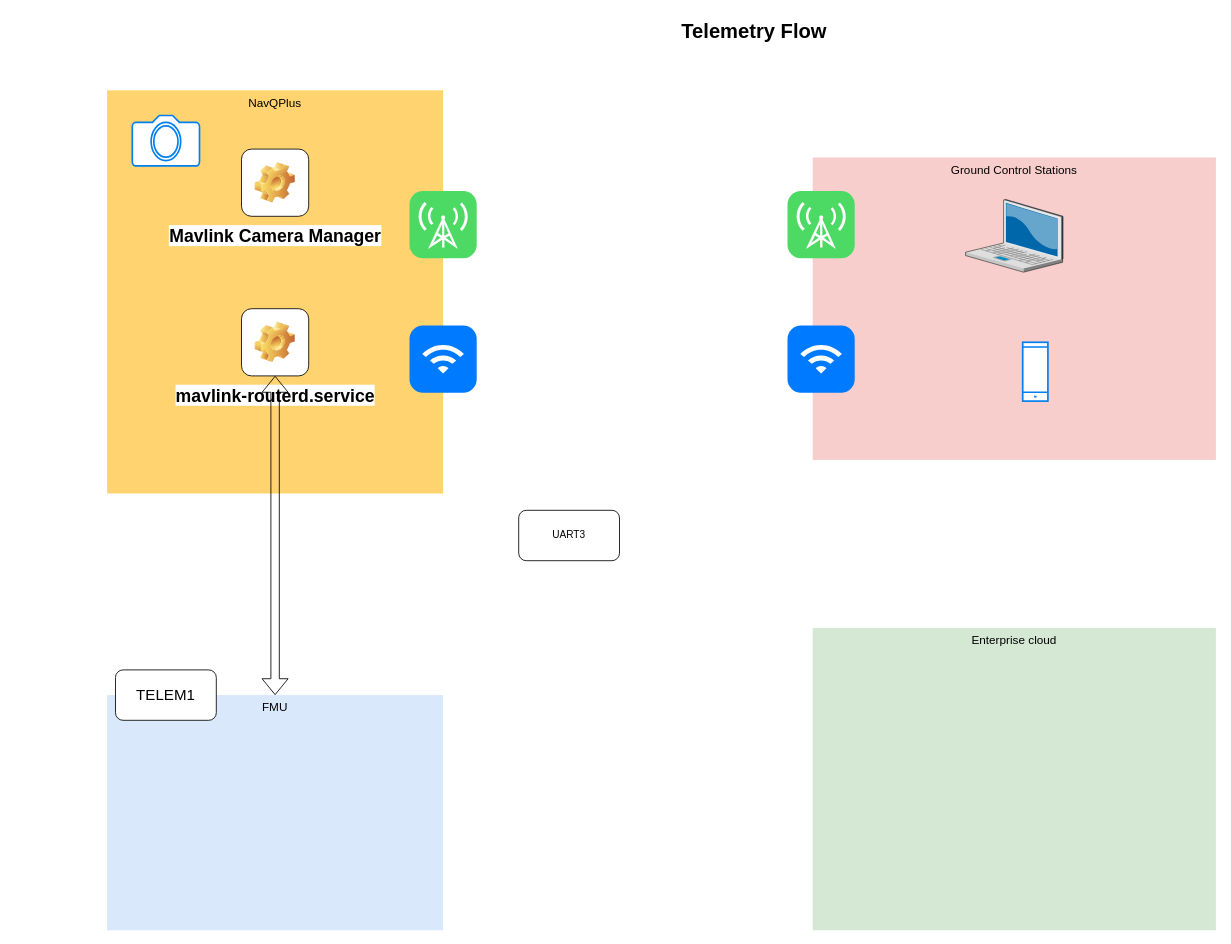
This is Untitled Diagram.drawio from McFly-Labs/R.A.D., a draw.io file, before an edit. Source tidied: cells renumbered, new cells numbered last; positions are measured from the earlier drawing's top-left corner, leaving out a move shared by most shapes. Both pictures are drawn from the tidied source at 84%, with x=0, y=0 at pixel (107, 14).
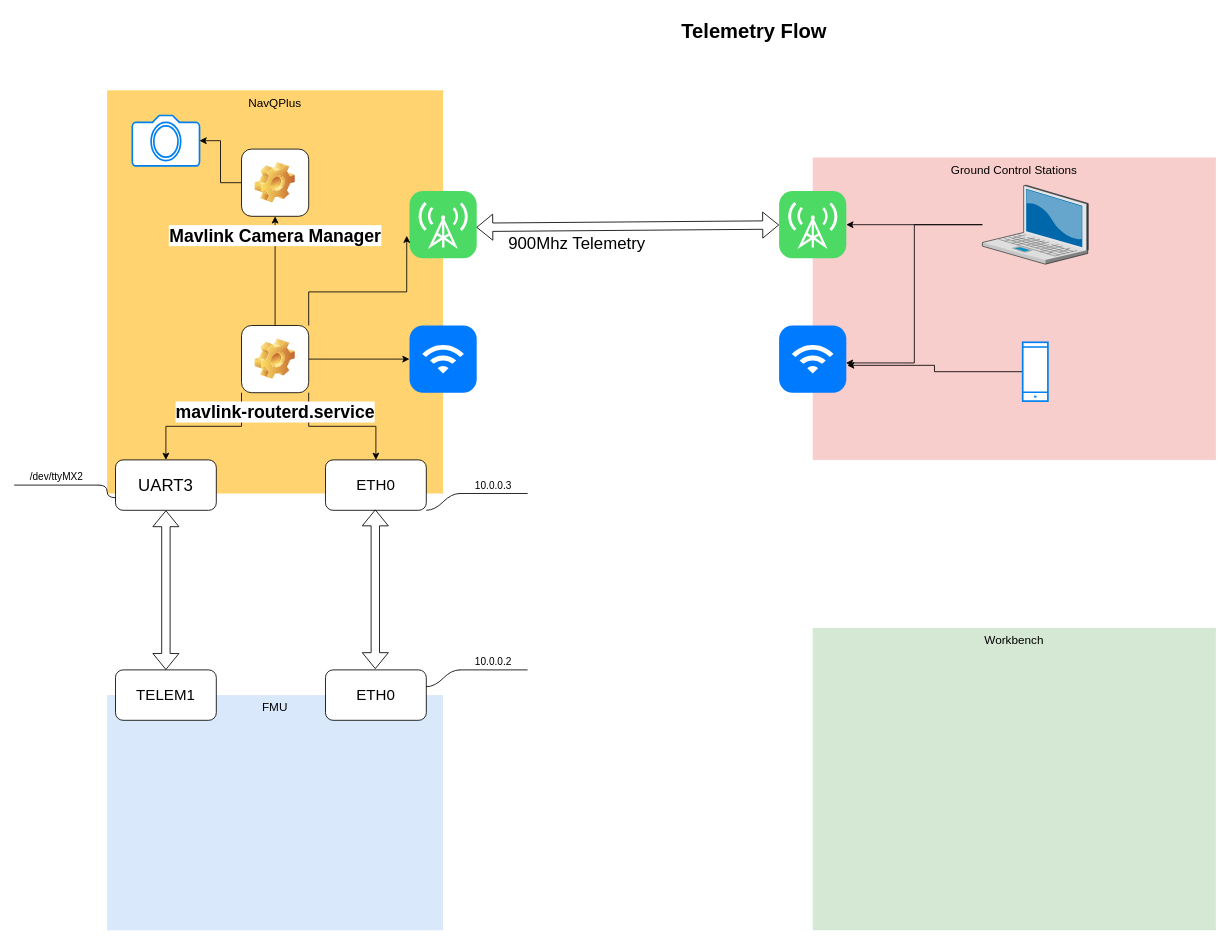
Above is the later version.

Unchanged cells that the change refers to:
```xml
<mxCell id="4" value="FMU" style="whiteSpace=wrap;html=1;fillColor=#dae8fc;fontSize=14;strokeColor=none;verticalAlign=top;" parent="1" vertex="1">
  <mxGeometry y="810" width="400" height="280" as="geometry" />
</mxCell>
<mxCell id="7" style="html=1;strokeWidth=1;shadow=0;dashed=0;shape=mxgraph.ios7.misc.broadcast;fillColor=#4CDA64;strokeColor=none;buttonText=;strokeColor2=#222222;fontColor=#222222;fontSize=8;verticalLabelPosition=bottom;verticalAlign=top;align=center;sketch=0;" parent="1" vertex="1">
  <mxGeometry x="360" y="210" width="80" height="80" as="geometry" />
</mxCell>
<mxCell id="8" style="html=1;strokeWidth=1;shadow=0;dashed=0;shape=mxgraph.ios7.misc.wifi;fillColor=#007AFF;strokeColor=none;buttonText=;strokeColor2=#222222;fontColor=#222222;fontSize=8;verticalLabelPosition=bottom;verticalAlign=top;align=center;sketch=0;" parent="1" vertex="1">
  <mxGeometry x="360" y="370" width="80" height="80" as="geometry" />
</mxCell>
<mxCell id="12" style="html=1;verticalLabelPosition=bottom;align=center;labelBackgroundColor=#ffffff;verticalAlign=top;strokeWidth=2;strokeColor=#0080F0;shadow=0;dashed=0;shape=mxgraph.ios7.icons.camera;" parent="1" vertex="1">
  <mxGeometry x="30" y="120" width="80" height="60" as="geometry" />
</mxCell>
<mxCell id="14" style="html=1;verticalLabelPosition=bottom;align=center;labelBackgroundColor=#ffffff;verticalAlign=top;strokeWidth=2;strokeColor=#0080F0;shadow=0;dashed=0;shape=mxgraph.ios7.icons.smartphone;" parent="1" vertex="1">
  <mxGeometry x="1090" y="390" width="30" height="70" as="geometry" />
</mxCell>
<mxCell id="15" value="&lt;font style=&quot;font-size: 21px;&quot;&gt;&lt;b&gt;Mavlink Camera Manager&lt;br&gt;&lt;/b&gt;&lt;/font&gt;" style="icon;html=1;image=img/clipart/Gear_128x128.png;" parent="1" vertex="1">
  <mxGeometry x="160" y="160" width="80" height="80" as="geometry" />
</mxCell>
<mxCell id="18" value="&lt;font style=&quot;font-size: 18px;&quot;&gt;TELEM1&lt;/font&gt;" style="rounded=1;whiteSpace=wrap;html=1;" parent="1" vertex="1">
  <mxGeometry x="10" y="780" width="120" height="60" as="geometry" />
</mxCell>
```

Diff of the diagram source:
```diff
@@
-    <mxCell id="3" value="Enterprise cloud" style="whiteSpace=wrap;html=1;fillColor=#d5e8d4;fontSize=14;strokeColor=none;verticalAlign=top;" parent="1" vertex="1">
+    <mxCell id="3" value="Workbench" style="whiteSpace=wrap;html=1;fillColor=#d5e8d4;fontSize=14;strokeColor=none;verticalAlign=top;" parent="1" vertex="1">
       <mxGeometry x="840" y="730" width="480" height="360" as="geometry" />
     </mxCell>
@@
     <mxCell id="9" style="html=1;strokeWidth=1;shadow=0;dashed=0;shape=mxgraph.ios7.misc.broadcast;fillColor=#4CDA64;strokeColor=none;buttonText=;strokeColor2=#222222;fontColor=#222222;fontSize=8;verticalLabelPosition=bottom;verticalAlign=top;align=center;sketch=0;" parent="1" vertex="1">
-      <mxGeometry x="810" y="210" width="80" height="80" as="geometry" />
+      <mxGeometry x="800" y="210" width="80" height="80" as="geometry" />
     </mxCell>
     <mxCell id="10" style="html=1;strokeWidth=1;shadow=0;dashed=0;shape=mxgraph.ios7.misc.wifi;fillColor=#007AFF;strokeColor=none;buttonText=;strokeColor2=#222222;fontColor=#222222;fontSize=8;verticalLabelPosition=bottom;verticalAlign=top;align=center;sketch=0;" parent="1" vertex="1">
-      <mxGeometry x="810" y="370" width="80" height="80" as="geometry" />
+      <mxGeometry x="800" y="370" width="80" height="80" as="geometry" />
     </mxCell>
+    <mxCell id="19" style="edgeStyle=orthogonalEdgeStyle;rounded=0;jettySize=auto;html=1;exitX=1;exitY=0.5;exitDx=0;exitDy=0;" parent="1" edge="1" source="11" target="8">
+      <mxGeometry relative="1" as="geometry" />
+    </mxCell>
+    <mxCell id="20" style="edgeStyle=orthogonalEdgeStyle;rounded=0;jettySize=auto;html=1;exitX=1;exitY=0;exitDx=0;exitDy=0;entryX=-0.041;entryY=0.664;entryDx=0;entryDy=0;entryPerimeter=0;" parent="1" edge="1" source="11" target="7">
+      <mxGeometry relative="1" as="geometry" />
+    </mxCell>
+    <mxCell id="21" style="edgeStyle=orthogonalEdgeStyle;rounded=0;jettySize=auto;html=1;exitX=0.5;exitY=0;exitDx=0;exitDy=0;entryX=0.5;entryY=1;entryDx=0;entryDy=0;" parent="1" edge="1" source="11" target="15">
+      <mxGeometry relative="1" as="geometry" />
+    </mxCell>
+    <mxCell id="22" style="edgeStyle=orthogonalEdgeStyle;rounded=0;jettySize=auto;html=1;exitX=1;exitY=1;exitDx=0;exitDy=0;" parent="1" edge="1" source="11" target="28">
+      <mxGeometry relative="1" as="geometry" />
+    </mxCell>
+    <mxCell id="23" style="edgeStyle=orthogonalEdgeStyle;rounded=0;jettySize=auto;html=1;exitX=0;exitY=1;exitDx=0;exitDy=0;entryX=0.5;entryY=0;entryDx=0;entryDy=0;" parent="1" edge="1" source="11" target="17">
+      <mxGeometry relative="1" as="geometry" />
+    </mxCell>
     <mxCell id="11" value="&lt;b&gt;&lt;font style=&quot;font-size: 21px;&quot;&gt;mavlink-routerd.service&lt;/font&gt;&lt;/b&gt;" style="icon;html=1;image=img/clipart/Gear_128x128.png;" parent="1" vertex="1">
-      <mxGeometry x="160" y="350" width="80" height="80" as="geometry" />
+      <mxGeometry x="160" y="370" width="80" height="80" as="geometry" />
     </mxCell>
@@
+    <mxCell id="24" style="edgeStyle=orthogonalEdgeStyle;rounded=0;jettySize=auto;html=1;" parent="1" edge="1" source="13" target="9">
+      <mxGeometry relative="1" as="geometry" />
+    </mxCell>
+    <mxCell id="25" style="edgeStyle=orthogonalEdgeStyle;rounded=0;jettySize=auto;html=1;entryX=0.995;entryY=0.557;entryDx=0;entryDy=0;entryPerimeter=0;" parent="1" edge="1" source="13" target="10">
+      <mxGeometry relative="1" as="geometry" />
+    </mxCell>
     <mxCell id="13" style="verticalLabelPosition=bottom;sketch=0;html=1;verticalAlign=top;strokeColor=none;align=center;outlineConnect=0;shape=mxgraph.citrix.laptop_2;" parent="1" vertex="1">
-      <mxGeometry x="1022" y="220" width="116" height="86.5" as="geometry" />
+      <mxGeometry x="1042" y="203" width="126" height="94" as="geometry" />
     </mxCell>
+    <mxCell id="26" style="edgeStyle=orthogonalEdgeStyle;rounded=0;jettySize=auto;html=1;entryX=1.013;entryY=0.593;entryDx=0;entryDy=0;entryPerimeter=0;" parent="1" edge="1" source="14" target="10">
+      <mxGeometry relative="1" as="geometry" />
+    </mxCell>
@@
+    <mxCell id="27" style="edgeStyle=orthogonalEdgeStyle;rounded=0;jettySize=auto;html=1;exitX=0;exitY=0.5;exitDx=0;exitDy=0;" parent="1" edge="1" source="15" target="12">
+      <mxGeometry relative="1" as="geometry" />
+    </mxCell>
@@
-    <mxCell id="16" style="shape=flexArrow;endArrow=classic;startArrow=classic;html=1;rounded=0;" parent="1" edge="1" source="4" target="11">
+    <mxCell id="16" style="shape=flexArrow;endArrow=classic;startArrow=classic;html=1;rounded=0;entryX=0.5;entryY=1;entryDx=0;entryDy=0;" parent="1" edge="1" source="18" target="17">
       <mxGeometry relative="1" as="geometry" />
     </mxCell>
-    <mxCell id="17" value="UART3" style="rounded=1;whiteSpace=wrap;html=1;" parent="1" vertex="1">
-      <mxGeometry x="490" y="590" width="120" height="60" as="geometry" />
+    <mxCell id="17" value="&lt;font style=&quot;font-size: 20px;&quot;&gt;UART3&lt;/font&gt;" style="rounded=1;whiteSpace=wrap;html=1;" parent="1" vertex="1">
+      <mxGeometry x="10" y="530" width="120" height="60" as="geometry" />
     </mxCell>
@@
+    <mxCell id="28" value="&lt;font style=&quot;font-size: 18px;&quot;&gt;ETH0&lt;/font&gt;" style="rounded=1;whiteSpace=wrap;html=1;" parent="1" vertex="1">
+      <mxGeometry x="260" y="530" width="120" height="60" as="geometry" />
+    </mxCell>
+    <mxCell id="29" value="&lt;font style=&quot;font-size: 18px;&quot;&gt;ETH0&lt;/font&gt;" style="rounded=1;whiteSpace=wrap;html=1;" parent="1" vertex="1">
+      <mxGeometry x="260" y="780" width="120" height="60" as="geometry" />
+    </mxCell>
+    <mxCell id="30" style="shape=flexArrow;endArrow=classic;startArrow=classic;html=1;rounded=0;entryX=0.5;entryY=1;entryDx=0;entryDy=0;" parent="1" edge="1">
+      <mxGeometry relative="1" as="geometry">
+        <mxPoint x="319.3" y="779" as="sourcePoint" />
+        <mxPoint x="319.3" y="589" as="targetPoint" />
+      </mxGeometry>
+    </mxCell>
+    <mxCell id="31" value="10.0.0.3" style="whiteSpace=wrap;html=1;shape=partialRectangle;top=0;left=0;bottom=1;right=0;points=[[0,1],[1,1]];fillColor=none;align=center;verticalAlign=bottom;routingCenterY=0.5;snapToPoint=1;newEdgeStyle={&quot;edgeStyle&quot;:&quot;entityRelationEdgeStyle&quot;,&quot;startArrow&quot;:&quot;none&quot;,&quot;endArrow&quot;:&quot;none&quot;,&quot;segment&quot;:10,&quot;curved&quot;:1,&quot;sourcePerimeterSpacing&quot;:0,&quot;targetPerimeterSpacing&quot;:0};" parent="1" vertex="1">
+      <mxGeometry x="420" y="540" width="80" height="30" as="geometry" />
+    </mxCell>
+    <mxCell id="32" style="edgeStyle=entityRelationEdgeStyle;startArrow=none;endArrow=none;segment=10;curved=1;sourcePerimeterSpacing=0;targetPerimeterSpacing=0;rounded=0;" parent="1" edge="1" target="31">
+      <mxGeometry relative="1" as="geometry">
+        <mxPoint x="380" y="590" as="sourcePoint" />
+      </mxGeometry>
+    </mxCell>
+    <mxCell id="33" value="10.0.0.2" style="whiteSpace=wrap;html=1;shape=partialRectangle;top=0;left=0;bottom=1;right=0;points=[[0,1],[1,1]];fillColor=none;align=center;verticalAlign=bottom;routingCenterY=0.5;snapToPoint=1;newEdgeStyle={&quot;edgeStyle&quot;:&quot;entityRelationEdgeStyle&quot;,&quot;startArrow&quot;:&quot;none&quot;,&quot;endArrow&quot;:&quot;none&quot;,&quot;segment&quot;:10,&quot;curved&quot;:1,&quot;sourcePerimeterSpacing&quot;:0,&quot;targetPerimeterSpacing&quot;:0};" parent="1" vertex="1">
+      <mxGeometry x="420" y="750" width="80" height="30" as="geometry" />
+    </mxCell>
+    <mxCell id="34" style="edgeStyle=entityRelationEdgeStyle;startArrow=none;endArrow=none;segment=10;curved=1;sourcePerimeterSpacing=0;targetPerimeterSpacing=0;rounded=0;" parent="1" edge="1" target="33">
+      <mxGeometry relative="1" as="geometry">
+        <mxPoint x="380" y="800" as="sourcePoint" />
+      </mxGeometry>
+    </mxCell>
+    <mxCell id="35" value="/dev/ttyMX2" style="whiteSpace=wrap;html=1;shape=partialRectangle;top=0;left=0;bottom=1;right=0;points=[[0,1],[1,1]];fillColor=none;align=center;verticalAlign=bottom;routingCenterY=0.5;snapToPoint=1;newEdgeStyle={&quot;edgeStyle&quot;:&quot;entityRelationEdgeStyle&quot;,&quot;startArrow&quot;:&quot;none&quot;,&quot;endArrow&quot;:&quot;none&quot;,&quot;segment&quot;:10,&quot;curved&quot;:1,&quot;sourcePerimeterSpacing&quot;:0,&quot;targetPerimeterSpacing&quot;:0};" parent="1" vertex="1">
+      <mxGeometry x="-110" y="530" width="100" height="30" as="geometry" />
+    </mxCell>
+    <mxCell id="36" style="edgeStyle=entityRelationEdgeStyle;startArrow=none;endArrow=none;segment=10;curved=1;sourcePerimeterSpacing=0;targetPerimeterSpacing=0;rounded=0;exitX=0;exitY=0.75;exitDx=0;exitDy=0;" parent="1" edge="1" source="17" target="35">
+      <mxGeometry relative="1" as="geometry" />
+    </mxCell>
+    <mxCell id="37" style="shape=flexArrow;endArrow=classic;startArrow=classic;html=1;rounded=0;exitX=0.995;exitY=0.539;exitDx=0;exitDy=0;exitPerimeter=0;" parent="1" edge="1" source="7" target="9">
+      <mxGeometry relative="1" as="geometry" />
+    </mxCell>
+    <mxCell id="38" value="&lt;font style=&quot;font-size: 20px;&quot;&gt;900Mhz Telemetry&lt;/font&gt;" style="edgeLabel;html=1;align=center;verticalAlign=middle;" parent="37" vertex="1">
+      <mxGeometry x="-0.41" y="3" relative="1" as="geometry">
+        <mxPoint x="13" y="21" as="offset" />
+      </mxGeometry>
+    </mxCell>
```
